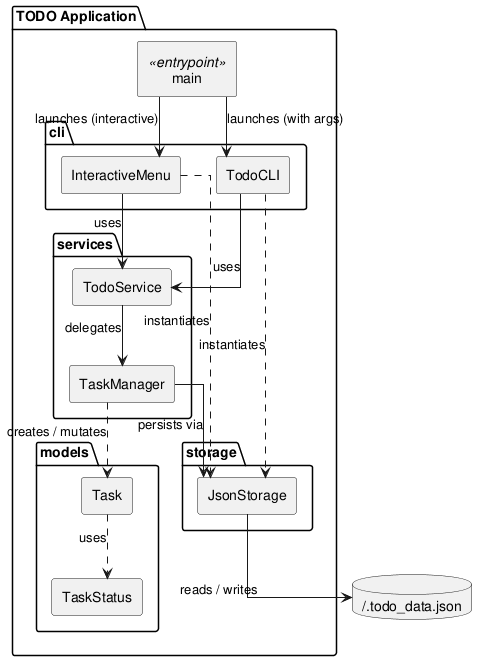
Above: baseline/TODO/artifacts/component_diagram.png in DanielRiha8906/Software_autoevolution_using_agents (PlantUML), before the change.
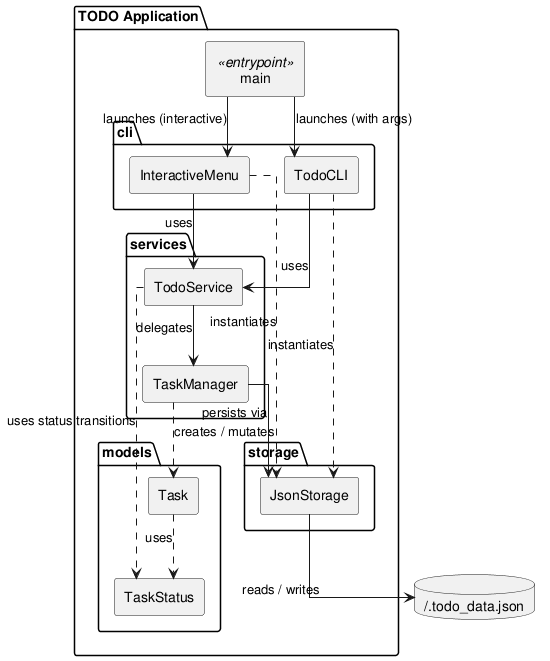
Above is the later version.

Commit message:
TODO diagram correction

The edit, as a diff of the source:
```diff
@@ -34,6 +34,7 @@
 IM   --> SVC  : uses
 CLI  --> SVC  : uses
 SVC  --> MGR  : delegates
+SVC ..> STATUS : uses status transitions
 MGR  --> STOR : persists via
 MGR  ..> TASK : creates / mutates
 TASK ..> STATUS : uses
```
